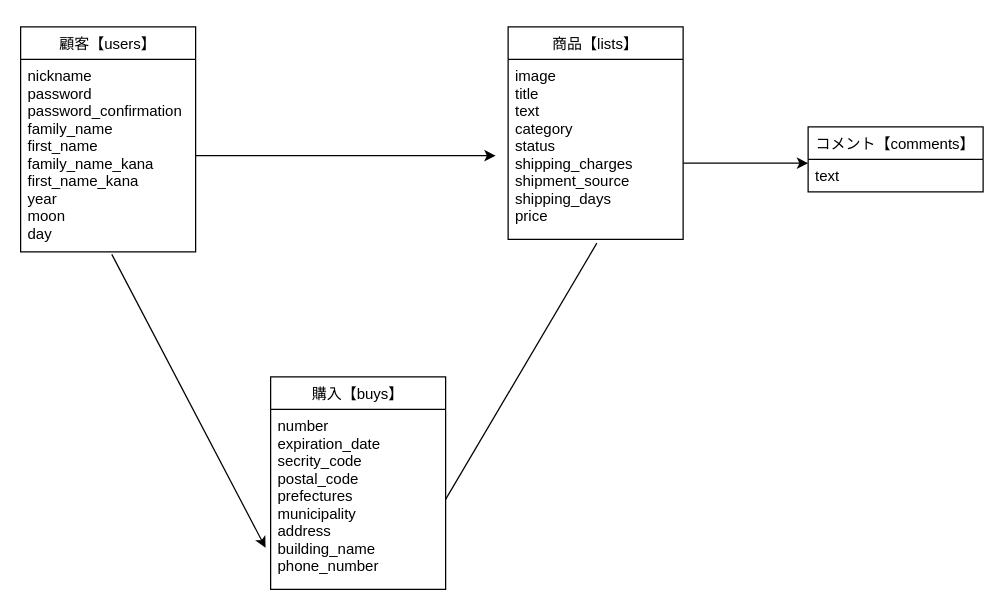
Earlier version of the draw.io diagram ER.dio (ally1031/furima-29674). Source tidied: cells renumbered, new cells numbered last; positions are measured from the earlier drawing's top-left corner, leaving out a move shared by most shapes. Both pictures are drawn from the tidied source at 125%, with x=0, y=0 at pixel (20, 26).
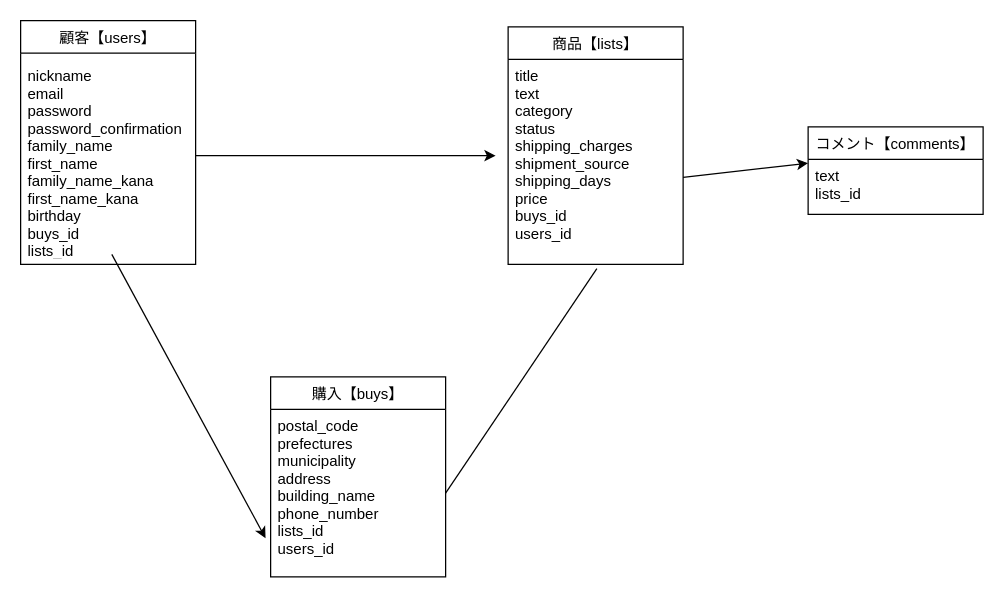
After the change.

Commit message (it also covers changes not shown here):
DB設計(README)の修正

Diff of the diagram source:
```diff
@@
 <mxGraphModel>
   <root>
     <mxCell id="0" />
     <mxCell id="1" parent="0" />
-    <mxCell id="2" value="顧客【users】" style="swimlane;fontStyle=0;horizontal=1;startSize=26;fillColor=none;" parent="1" vertex="1">
-      <mxGeometry width="140" height="180" as="geometry" />
-    </mxCell>
     <mxCell id="3" value="商品【lists】" style="swimlane;fontStyle=0;horizontal=1;startSize=26;fillColor=none;" parent="1" vertex="1">
-      <mxGeometry x="390" width="140" height="170" as="geometry" />
+      <mxGeometry x="390" width="140" height="190" as="geometry" />
     </mxCell>
-    <mxCell id="4" value="image&#10;title&#10;text&#10;category&#10;status&#10;shipping_charges&#10;shipment_source&#10;shipping_days&#10;price" style="text;strokeColor=none;fillColor=none;align=left;verticalAlign=top;spacingLeft=4;spacingRight=4;overflow=hidden;points=[[0,0.5],[1,0.5]];portConstraint=eastwest;" parent="3" vertex="1">
-      <mxGeometry y="26" width="140" height="144" as="geometry" />
+    <mxCell id="4" value="title&#10;text&#10;category&#10;status&#10;shipping_charges&#10;shipment_source&#10;shipping_days&#10;price&#10;buys_id&#10;users_id" style="text;strokeColor=none;fillColor=none;align=left;verticalAlign=top;spacingLeft=4;spacingRight=4;overflow=hidden;points=[[0,0.5],[1,0.5]];portConstraint=eastwest;" parent="3" vertex="1">
+      <mxGeometry y="26" width="140" height="164" as="geometry" />
     </mxCell>
     <mxCell id="5" style="edgeStyle=orthogonalEdgeStyle;rounded=0;jettySize=auto;html=1;" parent="1" edge="1" source="6">
       <mxGeometry relative="1" as="geometry">
         <mxPoint x="380" y="103" as="targetPoint" />
       </mxGeometry>
     </mxCell>
-    <mxCell id="6" value="nickname&#10;password&#10;password_confirmation&#10;family_name&#10;first_name&#10;family_name_kana&#10;first_name_kana&#10;year&#10;moon&#10;day&#10;" style="text;strokeColor=none;fillColor=none;align=left;verticalAlign=top;spacingLeft=4;spacingRight=4;overflow=hidden;points=[[0,0.5],[1,0.5]];portConstraint=eastwest;" parent="1" vertex="1">
+    <mxCell id="6" value="nickname&#10;email&#10;password&#10;password_confirmation&#10;family_name&#10;first_name&#10;family_name_kana&#10;first_name_kana&#10;birthday&#10;buys_id&#10;lists_id" style="text;strokeColor=none;fillColor=none;align=left;verticalAlign=top;spacingLeft=4;spacingRight=4;overflow=hidden;points=[[0,0.5],[1,0.5]];portConstraint=eastwest;" parent="1" vertex="1">
       <mxGeometry y="26" width="140" height="154" as="geometry" />
     </mxCell>
     <mxCell id="7" value="購入【buys】" style="swimlane;fontStyle=0;horizontal=1;startSize=26;fillColor=none;" parent="1" vertex="1">
-      <mxGeometry x="200" y="280" width="140" height="170" as="geometry" />
+      <mxGeometry x="200" y="280" width="140" height="160" as="geometry" />
     </mxCell>
-    <mxCell id="8" value="number&#10;expiration_date&#10;secrity_code&#10;postal_code&#10;prefectures&#10;municipality&#10;address&#10;building_name&#10;phone_number&#10;" style="text;strokeColor=none;fillColor=none;align=left;verticalAlign=top;spacingLeft=4;spacingRight=4;overflow=hidden;points=[[0,0.5],[1,0.5]];portConstraint=eastwest;" parent="7" vertex="1">
-      <mxGeometry y="26" width="140" height="144" as="geometry" />
+    <mxCell id="8" value="postal_code&#10;prefectures&#10;municipality&#10;address&#10;building_name&#10;phone_number&#10;lists_id&#10;users_id&#10;" style="text;strokeColor=none;fillColor=none;align=left;verticalAlign=top;spacingLeft=4;spacingRight=4;overflow=hidden;points=[[0,0.5],[1,0.5]];portConstraint=eastwest;" parent="7" vertex="1">
+      <mxGeometry y="26" width="140" height="134" as="geometry" />
     </mxCell>
     <mxCell id="9" style="endArrow=classic;html=1;exitX=0.521;exitY=1.013;exitDx=0;exitDy=0;exitPerimeter=0;entryX=-0.029;entryY=0.769;entryDx=0;entryDy=0;entryPerimeter=0;" parent="1" edge="1" source="6" target="8">
       <mxGeometry relative="1" as="geometry" />
     </mxCell>
     <mxCell id="10" style="endArrow=none;html=1;exitX=1;exitY=0.5;exitDx=0;exitDy=0;entryX=0.507;entryY=1.021;entryDx=0;entryDy=0;entryPerimeter=0;" parent="1" edge="1" source="8" target="4">
       <mxGeometry relative="1" as="geometry" />
     </mxCell>
     <mxCell id="11" style="endArrow=classic;html=1;exitX=1;exitY=0.576;exitDx=0;exitDy=0;exitPerimeter=0;" parent="1" edge="1" source="4">
       <mxGeometry relative="1" as="geometry">
         <mxPoint x="630" y="109" as="targetPoint" />
       </mxGeometry>
     </mxCell>
     <mxCell id="12" value="コメント【comments】" style="swimlane;fontStyle=0;horizontal=1;startSize=26;fillColor=none;" parent="1" vertex="1">
-      <mxGeometry x="630" y="80" width="140" height="52" as="geometry" />
+      <mxGeometry x="630" y="80" width="140" height="70" as="geometry" />
     </mxCell>
-    <mxCell id="13" value="text" style="text;strokeColor=none;fillColor=none;align=left;verticalAlign=top;spacingLeft=4;spacingRight=4;overflow=hidden;" parent="12" vertex="1">
-      <mxGeometry y="26" width="140" height="26" as="geometry" />
+    <mxCell id="13" value="text&#10;lists_id" style="text;strokeColor=none;fillColor=none;align=left;verticalAlign=top;spacingLeft=4;spacingRight=4;overflow=hidden;" parent="12" vertex="1">
+      <mxGeometry y="26" width="140" height="44" as="geometry" />
     </mxCell>
+    <mxCell id="2" value="顧客【users】" style="swimlane;fontStyle=0;horizontal=1;startSize=26;fillColor=none;" parent="1" vertex="1">
+      <mxGeometry y="-5" width="140" height="195" as="geometry" />
+    </mxCell>
   </root>
 </mxGraphModel>
```
